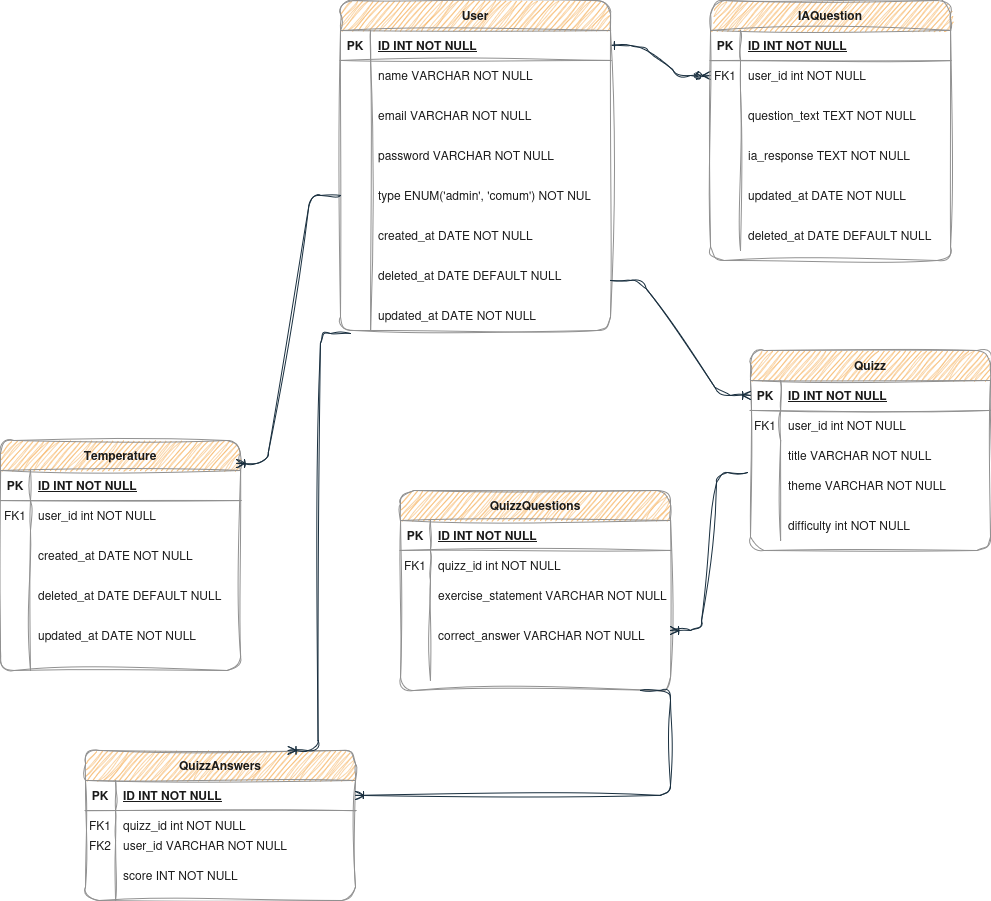
Before: docs/images/FarmaCeltas_ER.png, a diagram exported from draw.io (ICEI-PUC-Minas-PBE-ADS-SI/2025-1-p5-tias-FarmaCeltas). Source tidied: cells renumbered, new cells last; positions are measured from the earlier drawing's top-left corner, leaving out a move shared by most shapes.
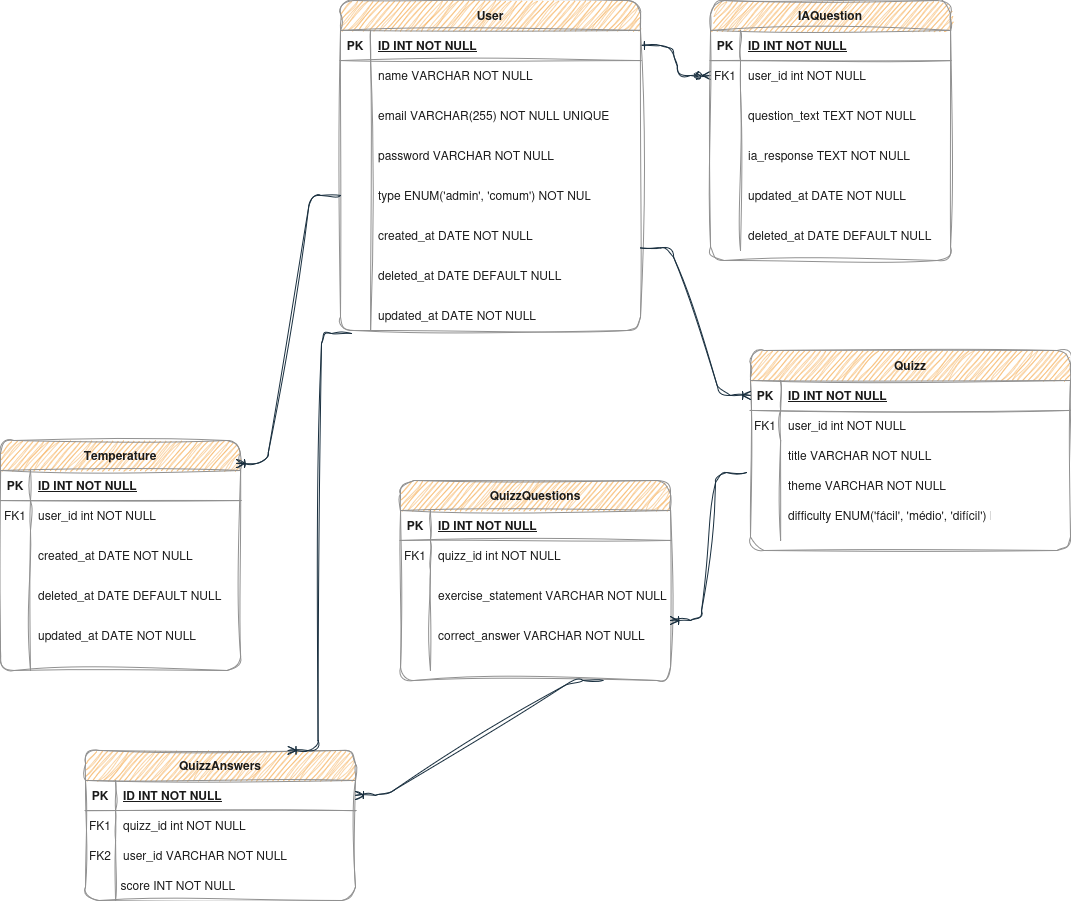
The same file after the commit.

The edit, as a diff of the source:
```diff
@@ -36,31 +36,31 @@
       <mxGeometry x="30" width="210" height="160" as="geometry" />
     </mxCell>
     <mxCell id="13" value="User" style="shape=table;startSize=30;rowLines=0;fontStyle=1;align=center;sketch=1;curveFitting=1;jiggle=2;labelBackgroundColor=none;rounded=1;fillColor=#F5AB50;strokeColor=#909090;fontColor=#1A1A1A;" parent="1" vertex="1">
-      <mxGeometry x="340" width="270" height="330" as="geometry" />
+      <mxGeometry x="340" width="300" height="330" as="geometry" />
     </mxCell>
     <mxCell id="14" style="shape=partialRectangle;fillColor=none;points=[[0,0.5],[1,0.5]];portConstraint=eastwest;top=0;left=0;right=0;bottom=1;sketch=1;curveFitting=1;jiggle=2;labelBackgroundColor=none;rounded=1;strokeColor=#909090;fontColor=#1A1A1A;" parent="13" vertex="1">
-      <mxGeometry y="30" width="270" height="30" as="geometry" />
+      <mxGeometry y="30" width="300" height="30" as="geometry" />
     </mxCell>
     <mxCell id="15" value="PK" style="shape=partialRectangle;overflow=hidden;fillColor=none;top=0;left=0;bottom=0;right=0;fontStyle=1;sketch=1;curveFitting=1;jiggle=2;labelBackgroundColor=none;rounded=1;strokeColor=#909090;fontColor=#1A1A1A;" parent="14" vertex="1">
       <mxGeometry width="30" height="30" as="geometry" />
     </mxCell>
     <mxCell id="16" value="ID INT NOT NULL" style="shape=partialRectangle;overflow=hidden;fillColor=none;top=0;left=0;bottom=0;right=0;align=left;spacingLeft=6;fontStyle=5;sketch=1;curveFitting=1;jiggle=2;labelBackgroundColor=none;rounded=1;strokeColor=#909090;fontColor=#1A1A1A;" parent="14" vertex="1">
-      <mxGeometry x="30" width="240" height="30" as="geometry" />
+      <mxGeometry x="30" width="270" height="30" as="geometry" />
     </mxCell>
     <mxCell id="17" style="shape=partialRectangle;fillColor=none;points=[[0,0.5],[1,0.5]];portConstraint=eastwest;top=0;left=0;right=0;bottom=0;sketch=1;curveFitting=1;jiggle=2;labelBackgroundColor=none;rounded=1;strokeColor=#909090;fontColor=#1A1A1A;" parent="13" vertex="1">
-      <mxGeometry y="60" width="270" height="270" as="geometry" />
+      <mxGeometry y="60" width="300" height="270" as="geometry" />
     </mxCell>
     <mxCell id="18" style="shape=partialRectangle;overflow=hidden;fillColor=none;top=0;left=0;bottom=0;right=0;sketch=1;curveFitting=1;jiggle=2;labelBackgroundColor=none;rounded=1;strokeColor=#909090;fontColor=#1A1A1A;" parent="17" vertex="1">
       <mxGeometry width="30" height="270" as="geometry" />
     </mxCell>
     <mxCell id="19" style="shape=partialRectangle;overflow=hidden;fillColor=none;top=0;left=0;bottom=0;right=0;align=left;spacingLeft=6;sketch=1;curveFitting=1;jiggle=2;labelBackgroundColor=none;rounded=1;strokeColor=#909090;fontColor=#1A1A1A;" parent="17" vertex="1">
-      <mxGeometry x="30" width="240" height="270" as="geometry" />
+      <mxGeometry x="30" width="270" height="270" as="geometry" />
     </mxCell>
     <mxCell id="20" value="name VARCHAR NOT NULL" style="shape=partialRectangle;overflow=hidden;fillColor=none;top=0;left=0;bottom=0;right=0;align=left;spacingLeft=6;sketch=1;curveFitting=1;jiggle=2;labelBackgroundColor=none;rounded=1;strokeColor=#909090;fontColor=#1A1A1A;" parent="1" vertex="1">
       <mxGeometry x="370" y="60" width="220" height="30" as="geometry" />
     </mxCell>
-    <mxCell id="21" value="email VARCHAR NOT NULL" style="shape=partialRectangle;overflow=hidden;fillColor=none;top=0;left=0;bottom=0;right=0;align=left;spacingLeft=6;sketch=1;curveFitting=1;jiggle=2;labelBackgroundColor=none;rounded=1;strokeColor=#909090;fontColor=#1A1A1A;" parent="1" vertex="1">
-      <mxGeometry x="370" y="100" width="220" height="30" as="geometry" />
+    <mxCell id="21" value="email VARCHAR(255) NOT NULL UNIQUE" style="shape=partialRectangle;overflow=hidden;fillColor=none;top=0;left=0;bottom=0;right=0;align=left;spacingLeft=6;sketch=1;curveFitting=1;jiggle=2;labelBackgroundColor=none;rounded=1;strokeColor=#909090;fontColor=#1A1A1A;" parent="1" vertex="1">
+      <mxGeometry x="370" y="100" width="260" height="30" as="geometry" />
     </mxCell>
     <mxCell id="22" value="password VARCHAR NOT NULL" style="shape=partialRectangle;overflow=hidden;fillColor=none;top=0;left=0;bottom=0;right=0;align=left;spacingLeft=6;sketch=1;curveFitting=1;jiggle=2;labelBackgroundColor=none;rounded=1;strokeColor=#909090;fontColor=#1A1A1A;" parent="1" vertex="1">
       <mxGeometry x="370" y="140" width="220" height="30" as="geometry" />
@@ -136,38 +136,37 @@
       <mxGeometry x="740" y="140" width="220" height="30" as="geometry" />
     </mxCell>
     <mxCell id="45" value="Quizz" style="shape=table;startSize=30;rowLines=0;fontStyle=1;align=center;sketch=1;curveFitting=1;jiggle=2;labelBackgroundColor=none;rounded=1;fillColor=#F5AB50;strokeColor=#909090;fontColor=#1A1A1A;" parent="1" vertex="1">
-      <mxGeometry x="750" y="350" width="240" height="200" as="geometry" />
+      <mxGeometry x="750" y="350" width="320" height="200" as="geometry" />
     </mxCell>
     <mxCell id="46" style="shape=partialRectangle;fillColor=none;points=[[0,0.5],[1,0.5]];portConstraint=eastwest;top=0;left=0;right=0;bottom=1;sketch=1;curveFitting=1;jiggle=2;labelBackgroundColor=none;rounded=1;strokeColor=#909090;fontColor=#1A1A1A;" parent="45" vertex="1">
-      <mxGeometry y="30" width="240" height="30" as="geometry" />
+      <mxGeometry y="30" width="320" height="30" as="geometry" />
     </mxCell>
     <mxCell id="47" value="PK" style="shape=partialRectangle;overflow=hidden;fillColor=none;top=0;left=0;bottom=0;right=0;fontStyle=1;sketch=1;curveFitting=1;jiggle=2;labelBackgroundColor=none;rounded=1;strokeColor=#909090;fontColor=#1A1A1A;" parent="46" vertex="1">
       <mxGeometry width="30" height="30" as="geometry" />
     </mxCell>
     <mxCell id="48" value="ID INT NOT NULL" style="shape=partialRectangle;overflow=hidden;fillColor=none;top=0;left=0;bottom=0;right=0;align=left;spacingLeft=6;fontStyle=5;sketch=1;curveFitting=1;jiggle=2;labelBackgroundColor=none;rounded=1;strokeColor=#909090;fontColor=#1A1A1A;" parent="46" vertex="1">
-      <mxGeometry x="30" width="210" height="30" as="geometry" />
+      <mxGeometry x="30" width="290" height="30" as="geometry" />
     </mxCell>
     <mxCell id="49" style="shape=partialRectangle;fillColor=none;top=0;left=0;right=0;bottom=0;sketch=1;curveFitting=1;jiggle=2;labelBackgroundColor=none;rounded=1;strokeColor=#909090;fontColor=#1A1A1A;" parent="45" vertex="1">
-      <mxGeometry y="60" width="240" height="30" as="geometry" />
+      <mxGeometry y="60" width="320" height="30" as="geometry" />
     </mxCell>
     <mxCell id="50" value="FK1" style="shape=partialRectangle;overflow=hidden;fillColor=none;top=0;left=0;bottom=0;right=0;sketch=1;curveFitting=1;jiggle=2;labelBackgroundColor=none;rounded=1;strokeColor=#909090;fontColor=#1A1A1A;" parent="49" vertex="1">
       <mxGeometry width="30" height="30" as="geometry" />
     </mxCell>
     <mxCell id="51" value="user_id int NOT NULL" style="shape=partialRectangle;overflow=hidden;fillColor=none;top=0;left=0;bottom=0;right=0;align=left;spacingLeft=6;sketch=1;curveFitting=1;jiggle=2;labelBackgroundColor=none;rounded=1;strokeColor=#909090;fontColor=#1A1A1A;" parent="49" vertex="1">
-      <mxGeometry x="30" width="210" height="30" as="geometry" />
+      <mxGeometry x="30" width="290" height="30" as="geometry" />
     </mxCell>
     <mxCell id="52" style="shape=partialRectangle;fillColor=none;points=[[0,0.5],[1,0.5]];portConstraint=eastwest;top=0;left=0;right=0;bottom=0;sketch=1;curveFitting=1;jiggle=2;labelBackgroundColor=none;rounded=1;strokeColor=#909090;fontColor=#1A1A1A;" parent="45" vertex="1">
-      <mxGeometry y="90" width="240" height="100" as="geometry" />
+      <mxGeometry y="90" width="320" height="100" as="geometry" />
     </mxCell>
     <mxCell id="53" style="shape=partialRectangle;overflow=hidden;fillColor=none;top=0;left=0;bottom=0;right=0;sketch=1;curveFitting=1;jiggle=2;labelBackgroundColor=none;rounded=1;strokeColor=#909090;fontColor=#1A1A1A;" parent="52" vertex="1">
       <mxGeometry width="30" height="100" as="geometry" />
     </mxCell>
     <mxCell id="54" style="shape=partialRectangle;overflow=hidden;fillColor=none;top=0;left=0;bottom=0;right=0;align=left;spacingLeft=6;sketch=1;curveFitting=1;jiggle=2;labelBackgroundColor=none;rounded=1;strokeColor=#909090;fontColor=#1A1A1A;" parent="52" vertex="1">
-      <mxGeometry x="30" width="210" height="100" as="geometry" />
+      <mxGeometry x="30" width="290" height="100" as="geometry" />
     </mxCell>
-    <mxCell id="55" style="edgeStyle=entityRelationEdgeStyle;fontSize=12;html=1;endArrow=ERoneToMany;rounded=1;sketch=1;hachureGap=4;jiggle=2;curveFitting=1;fontFamily=Architects Daughter;fontSource=https%3A%2F%2Ffonts.googleapis.com%2Fcss%3Ffamily%3DArchitects%2BDaughter;entryX=0;entryY=0.5;entryDx=0;entryDy=0;labelBackgroundColor=none;strokeColor=#182E3E;fontColor=default;" parent="1" edge="1" target="46">
+    <mxCell id="55" style="edgeStyle=entityRelationEdgeStyle;fontSize=12;html=1;endArrow=ERoneToMany;rounded=1;sketch=1;hachureGap=4;jiggle=2;curveFitting=1;fontFamily=Architects Daughter;fontSource=https%3A%2F%2Ffonts.googleapis.com%2Fcss%3Ffamily%3DArchitects%2BDaughter;entryX=0;entryY=0.5;entryDx=0;entryDy=0;labelBackgroundColor=none;strokeColor=#182E3E;fontColor=default;exitX=1;exitY=0.75;exitDx=0;exitDy=0;" parent="1" edge="1" source="13" target="46">
       <mxGeometry relative="1" as="geometry">
-        <mxPoint x="610" y="280" as="sourcePoint" />
         <Array as="points">
           <mxPoint x="590" y="320" />
         </Array>
@@ -179,11 +178,11 @@
     <mxCell id="57" value="theme VARCHAR NOT NULL" style="shape=partialRectangle;overflow=hidden;fillColor=none;top=0;left=0;bottom=0;right=0;align=left;spacingLeft=6;sketch=1;curveFitting=1;jiggle=2;labelBackgroundColor=none;rounded=1;strokeColor=#909090;fontColor=#1A1A1A;" parent="1" vertex="1">
       <mxGeometry x="780" y="470" width="210" height="30" as="geometry" />
     </mxCell>
-    <mxCell id="58" value="difficulty int NOT NULL" style="shape=partialRectangle;overflow=hidden;fillColor=none;top=0;left=0;bottom=0;right=0;align=left;spacingLeft=6;sketch=1;curveFitting=1;jiggle=2;labelBackgroundColor=none;rounded=1;strokeColor=#909090;fontColor=#1A1A1A;" parent="1" vertex="1">
-      <mxGeometry x="780" y="510" width="210" height="30" as="geometry" />
+    <mxCell id="58" value="difficulty ENUM('fácil', 'médio', 'difícil') NOT NULL" style="shape=partialRectangle;overflow=hidden;fillColor=none;top=0;left=0;bottom=0;right=0;align=left;spacingLeft=6;sketch=1;curveFitting=1;jiggle=2;labelBackgroundColor=none;rounded=1;strokeColor=#909090;fontColor=#1A1A1A;" parent="1" vertex="1">
+      <mxGeometry x="780" y="500" width="210" height="30" as="geometry" />
     </mxCell>
     <mxCell id="59" value="QuizzQuestions" style="shape=table;startSize=30;rowLines=0;fontStyle=1;align=center;sketch=1;curveFitting=1;jiggle=2;labelBackgroundColor=none;rounded=1;fillColor=#F5AB50;strokeColor=#909090;fontColor=#1A1A1A;" parent="1" vertex="1">
-      <mxGeometry x="400" y="490" width="270" height="200" as="geometry" />
+      <mxGeometry x="400" y="480" width="270" height="200" as="geometry" />
     </mxCell>
     <mxCell id="60" style="shape=partialRectangle;fillColor=none;top=0;left=0;right=0;bottom=1;sketch=1;curveFitting=1;jiggle=2;labelBackgroundColor=none;rounded=1;strokeColor=#909090;fontColor=#1A1A1A;" parent="59" vertex="1">
       <mxGeometry y="30" width="270" height="30" as="geometry" />
@@ -252,17 +251,16 @@
       <mxGeometry x="30" width="240" height="60" as="geometry" />
     </mxCell>
     <mxCell id="82" value="FK2" style="shape=partialRectangle;overflow=hidden;fillColor=none;top=0;left=0;bottom=0;right=0;sketch=1;curveFitting=1;jiggle=2;labelBackgroundColor=none;rounded=1;strokeColor=#909090;fontColor=#1A1A1A;" parent="1" vertex="1">
-      <mxGeometry x="85" y="830" width="30" height="30" as="geometry" />
+      <mxGeometry x="85" y="840" width="30" height="30" as="geometry" />
     </mxCell>
     <mxCell id="83" value="user_id VARCHAR NOT NULL" style="shape=partialRectangle;overflow=hidden;fillColor=none;top=0;left=0;bottom=0;right=0;align=left;spacingLeft=6;sketch=1;curveFitting=1;jiggle=2;labelBackgroundColor=none;rounded=1;strokeColor=#909090;fontColor=#1A1A1A;" parent="1" vertex="1">
-      <mxGeometry x="115" y="830" width="235" height="30" as="geometry" />
+      <mxGeometry x="115" y="840" width="235" height="30" as="geometry" />
     </mxCell>
     <mxCell id="84" value="score INT NOT NULL" style="shape=partialRectangle;overflow=hidden;fillColor=none;top=0;left=0;bottom=0;right=0;align=left;spacingLeft=6;sketch=1;curveFitting=1;jiggle=2;labelBackgroundColor=none;rounded=1;strokeColor=#909090;fontColor=#1A1A1A;" parent="1" vertex="1">
-      <mxGeometry x="115" y="860" width="240" height="30" as="geometry" />
+      <mxGeometry x="112.5" y="870" width="240" height="30" as="geometry" />
     </mxCell>
-    <mxCell id="85" style="edgeStyle=entityRelationEdgeStyle;fontSize=12;html=1;endArrow=ERoneToMany;rounded=1;sketch=1;hachureGap=4;jiggle=2;curveFitting=1;fontFamily=Architects Daughter;fontSource=https%3A%2F%2Ffonts.googleapis.com%2Fcss%3Ffamily%3DArchitects%2BDaughter;entryX=1;entryY=0.5;entryDx=0;entryDy=0;labelBackgroundColor=none;strokeColor=#182E3E;fontColor=default;" parent="1" edge="1" target="73">
+    <mxCell id="85" style="edgeStyle=entityRelationEdgeStyle;fontSize=12;html=1;endArrow=ERoneToMany;rounded=1;sketch=1;hachureGap=4;jiggle=2;curveFitting=1;fontFamily=Architects Daughter;fontSource=https%3A%2F%2Ffonts.googleapis.com%2Fcss%3Ffamily%3DArchitects%2BDaughter;entryX=1;entryY=0.5;entryDx=0;entryDy=0;labelBackgroundColor=none;strokeColor=#182E3E;fontColor=default;exitX=0.75;exitY=1;exitDx=0;exitDy=0;" parent="1" edge="1" source="59" target="73">
       <mxGeometry relative="1" as="geometry">
-        <mxPoint x="640" y="690" as="sourcePoint" />
         <Array as="points">
           <mxPoint x="640" y="700" />
         </Array>
```
